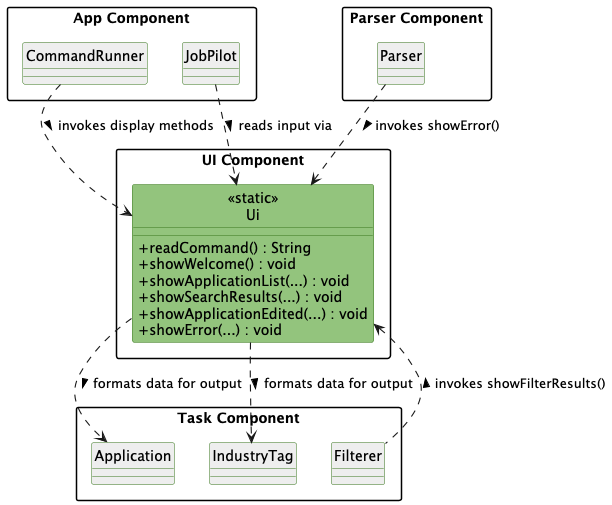
The PlantUML diagram docs/diagrams/component-ui/ui-class.png in Aswin-RajeshKumar/tp, before a commit.
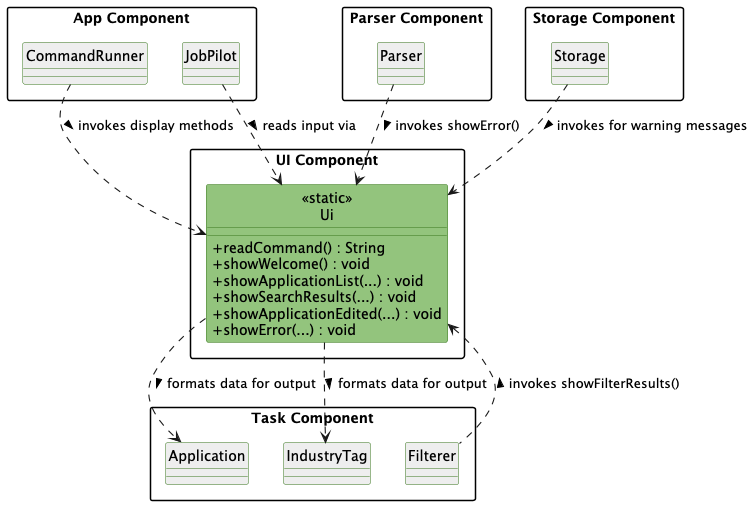
After the change.

Change to the diagram source:
```diff
@@ -34,9 +34,15 @@
     class "Filterer" as Filterer #EEEEEE
 }
 
+package "Storage Component" as StorageLogic #FFFFFF {
+    class "Storage" as Storage #EEEEEE
+}
+
+
 JobPilot .down.> Ui : reads input via >
 CommandRunner .right.> Ui : invokes display methods >
 Parser .down.> Ui : invokes showError() >
+Storage .down.> Ui : invokes for warning messages >
 Filterer .up.> Ui : invokes showFilterResults() >
 
 Ui .down.> Application : formats data for output >
```
